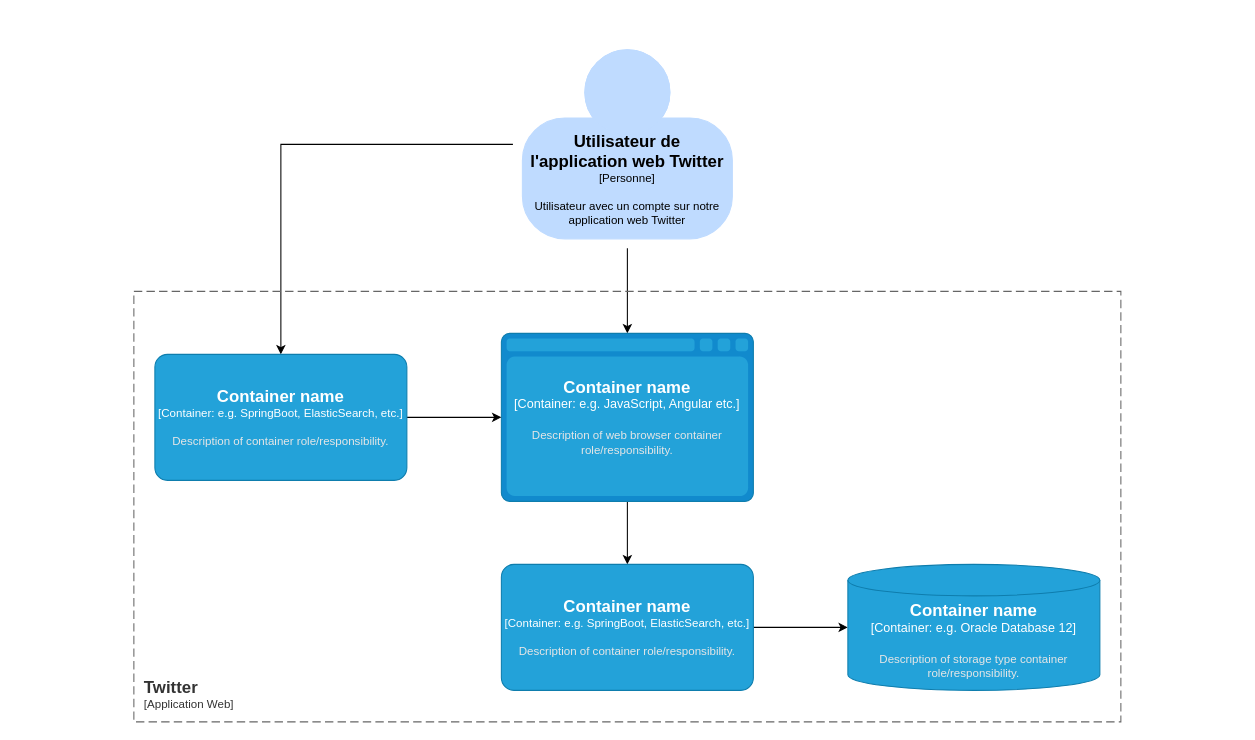
Before: page "Container" (2 of 4) of Project_API_Twitter.drawio in Muking3/Project_API_Twitter, a draw.io diagram. Source tidied: cells renumbered, new cells numbered last; positions are measured from the earlier drawing's top-left corner, leaving out a move shared by most shapes. Both pictures are drawn from the tidied source at 105%, with x=0, y=0 at pixel (133, 49).
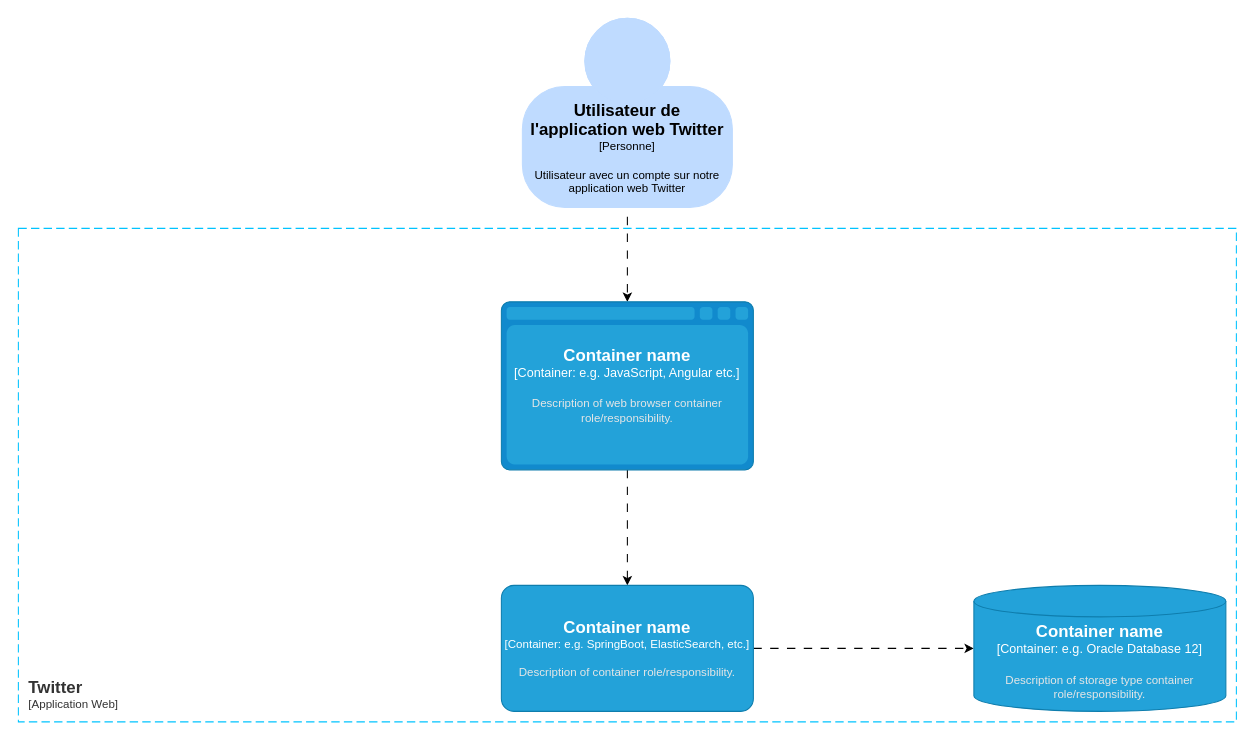
The same diagram, later.

Diff of the diagram source:
```diff
@@
 <mxGraphModel>
   <root>
     <mxCell id="0" />
     <mxCell id="1" parent="0" />
-    <mxCell id="2" style="edgeStyle=orthogonalEdgeStyle;rounded=0;jettySize=auto;html=1;" parent="1" edge="1" source="4" target="9">
-      <mxGeometry relative="1" as="geometry" />
-    </mxCell>
-    <mxCell id="3" style="edgeStyle=orthogonalEdgeStyle;rounded=0;jettySize=auto;html=1;" parent="1" edge="1" source="4" target="7">
+    <mxCell id="3" style="edgeStyle=orthogonalEdgeStyle;rounded=0;jettySize=auto;html=1;dashed=1;dashPattern=8 8;" parent="1" edge="1" source="4" target="7">
       <mxGeometry relative="1" as="geometry" />
     </mxCell>
     <object id="4" label="&lt;font style=&quot;font-size: 16px&quot;&gt;&lt;b&gt;%c4Name%&lt;/b&gt;&lt;/font&gt;&lt;div&gt;[%c4Type%]&lt;/div&gt;&lt;br&gt;&lt;div&gt;&lt;font style=&quot;font-size: 11px&quot;&gt;&lt;font&gt;%c4Description%&lt;/font&gt;&lt;/font&gt;&lt;/div&gt;" c4Description="Utilisateur avec un compte sur notre application web Twitter" c4Name="Utilisateur de l'application web Twitter" c4Type="Personne" placeholders="1">
       <mxCell style="html=1;fontSize=11;dashed=0;whiteSpace=wrap;shape=mxgraph.c4.person2;align=center;points=[[0.5,0,0],[1,0.5,0],[1,0.75,0],[0.75,1,0],[0.5,1,0],[0.25,1,0],[0,0.75,0],[0,0.5,0]];strokeColor=#BFDBFF;fillColor=#BFDBFF;fontColor=#000000;perimeterSpacing=9;" parent="1" vertex="1">
-        <mxGeometry x="370" width="200" height="180" as="geometry" />
+        <mxGeometry x="370" y="-30" width="200" height="180" as="geometry" />
       </mxCell>
     </object>
     <object id="5" label="&lt;font style=&quot;font-size: 16px&quot;&gt;&lt;b&gt;&lt;div style=&quot;text-align: left&quot;&gt;%c4Name%&lt;/div&gt;&lt;/b&gt;&lt;/font&gt;&lt;div style=&quot;text-align: left&quot;&gt;[%c4Application%]&lt;/div&gt;" c4Application="Application Web" c4Name="Twitter" placeholders="1">
-      <mxCell style="rounded=0;fontSize=11;whiteSpace=wrap;html=1;dashed=1;arcSize=20;fillColor=none;strokeColor=#666666;fontColor=#333333;labelBackgroundColor=none;align=left;verticalAlign=bottom;labelBorderColor=none;spacingTop=0;spacing=10;dashPattern=8 4;perimeter=rectanglePerimeter;noLabel=0;labelPadding=0;absoluteArcSize=1;" parent="1" vertex="1">
-        <mxGeometry y="230" width="940" height="410" as="geometry" />
+      <mxCell style="rounded=0;fontSize=11;whiteSpace=wrap;html=1;dashed=1;arcSize=20;fillColor=none;strokeColor=#00C3FF;fontColor=#333333;labelBackgroundColor=none;align=left;verticalAlign=bottom;labelBorderColor=none;spacingTop=0;spacing=10;dashPattern=8 4;perimeter=rectanglePerimeter;noLabel=0;labelPadding=0;absoluteArcSize=1;" parent="1" vertex="1">
+        <mxGeometry x="-110" y="170" width="1160" height="470" as="geometry" />
       </mxCell>
     </object>
-    <mxCell id="6" style="edgeStyle=orthogonalEdgeStyle;rounded=0;jettySize=auto;html=1;" parent="1" edge="1" source="7" target="11">
+    <mxCell id="6" style="edgeStyle=orthogonalEdgeStyle;rounded=0;jettySize=auto;html=1;dashed=1;dashPattern=8 8;" parent="1" edge="1" source="7" target="11">
       <mxGeometry relative="1" as="geometry" />
     </mxCell>
     <object id="7" label="&lt;font style=&quot;font-size: 16px&quot;&gt;&lt;b&gt;%c4Type%&lt;/b&gt;&lt;/font&gt;&lt;div&gt;[%c4Container%:&amp;nbsp;%c4Technology%]&lt;/div&gt;&lt;br&gt;&lt;div&gt;&lt;font style=&quot;font-size: 11px&quot;&gt;&lt;font color=&quot;#E6E6E6&quot;&gt;%c4Description%&lt;/font&gt;&lt;/div&gt;" c4Container="Container" c4Description="Description of web browser container role/responsibility." c4Technology="e.g. JavaScript, Angular etc." c4Type="Container name" placeholders="1">
       <mxCell style="shape=mxgraph.c4.webBrowserContainer2;whiteSpace=wrap;html=1;boundedLbl=1;rounded=0;labelBackgroundColor=none;strokeColor=#118ACD;fillColor=#23A2D9;strokeColor=#118ACD;strokeColor2=#0E7DAD;fontSize=12;fontColor=#ffffff;align=center;points=[[0.5,0,0],[1,0.25,0],[1,0.5,0],[1,0.75,0],[0.5,1,0],[0,0.75,0],[0,0.5,0],[0,0.25,0]];" parent="1" vertex="1">
-        <mxGeometry x="350" y="270" width="240" height="160" as="geometry" />
+        <mxGeometry x="350" y="240" width="240" height="160" as="geometry" />
       </mxCell>
     </object>
-    <mxCell id="8" style="edgeStyle=orthogonalEdgeStyle;rounded=0;jettySize=auto;html=1;" parent="1" edge="1" source="9" target="7">
-      <mxGeometry relative="1" as="geometry" />
-    </mxCell>
-    <object id="9" label="&lt;font style=&quot;font-size: 16px&quot;&gt;&lt;b&gt;%c4Name%&lt;/b&gt;&lt;/font&gt;&lt;div&gt;[%c4Type%: %c4Technology%]&lt;/div&gt;&lt;br&gt;&lt;div&gt;&lt;font style=&quot;font-size: 11px&quot;&gt;&lt;font color=&quot;#E6E6E6&quot;&gt;%c4Description%&lt;/font&gt;&lt;/div&gt;" c4Description="Description of container role/responsibility." c4Name="Container name" c4Technology="e.g. SpringBoot, ElasticSearch, etc." c4Type="Container" placeholders="1">
-      <mxCell style="rounded=1;whiteSpace=wrap;html=1;fontSize=11;labelBackgroundColor=none;fillColor=#23A2D9;fontColor=#ffffff;align=center;arcSize=10;strokeColor=#0E7DAD;points=[[0.25,0,0],[0.5,0,0],[0.75,0,0],[1,0.25,0],[1,0.5,0],[1,0.75,0],[0.75,1,0],[0.5,1,0],[0.25,1,0],[0,0.75,0],[0,0.5,0],[0,0.25,0]];" parent="1" vertex="1">
-        <mxGeometry x="20" y="290" width="240" height="120" as="geometry" />
-      </mxCell>
-    </object>
-    <mxCell id="10" style="edgeStyle=orthogonalEdgeStyle;rounded=0;jettySize=auto;html=1;" parent="1" edge="1" source="11" target="12">
+    <mxCell id="10" style="edgeStyle=orthogonalEdgeStyle;rounded=0;jettySize=auto;html=1;dashed=1;dashPattern=8 8;" parent="1" edge="1" source="11" target="12">
       <mxGeometry relative="1" as="geometry" />
     </mxCell>
     <object id="11" label="&lt;font style=&quot;font-size: 16px&quot;&gt;&lt;b&gt;%c4Name%&lt;/b&gt;&lt;/font&gt;&lt;div&gt;[%c4Type%: %c4Technology%]&lt;/div&gt;&lt;br&gt;&lt;div&gt;&lt;font style=&quot;font-size: 11px&quot;&gt;&lt;font color=&quot;#E6E6E6&quot;&gt;%c4Description%&lt;/font&gt;&lt;/div&gt;" c4Description="Description of container role/responsibility." c4Name="Container name" c4Technology="e.g. SpringBoot, ElasticSearch, etc." c4Type="Container" placeholders="1">
       <mxCell style="rounded=1;whiteSpace=wrap;html=1;fontSize=11;labelBackgroundColor=none;fillColor=#23A2D9;fontColor=#ffffff;align=center;arcSize=10;strokeColor=#0E7DAD;points=[[0.25,0,0],[0.5,0,0],[0.75,0,0],[1,0.25,0],[1,0.5,0],[1,0.75,0],[0.75,1,0],[0.5,1,0],[0.25,1,0],[0,0.75,0],[0,0.5,0],[0,0.25,0]];" parent="1" vertex="1">
-        <mxGeometry x="350" y="490" width="240" height="120" as="geometry" />
+        <mxGeometry x="350" y="510" width="240" height="120" as="geometry" />
       </mxCell>
     </object>
     <object id="12" label="&lt;font style=&quot;font-size: 16px&quot;&gt;&lt;b&gt;%c4Type%&lt;/b&gt;&lt;/font&gt;&lt;div&gt;[%c4Container%:&amp;nbsp;%c4Technology%]&lt;/div&gt;&lt;br&gt;&lt;div&gt;&lt;font style=&quot;font-size: 11px&quot;&gt;&lt;font color=&quot;#E6E6E6&quot;&gt;%c4Description%&lt;/font&gt;&lt;/div&gt;" c4Container="Container" c4Description="Description of storage type container role/responsibility." c4Technology="e.g. Oracle Database 12" c4Type="Container name" placeholders="1">
       <mxCell style="shape=cylinder3;size=15;whiteSpace=wrap;html=1;boundedLbl=1;rounded=0;labelBackgroundColor=none;fillColor=#23A2D9;fontSize=12;fontColor=#ffffff;align=center;strokeColor=#0E7DAD;points=[[0.5,0,0],[1,0.25,0],[1,0.5,0],[1,0.75,0],[0.5,1,0],[0,0.75,0],[0,0.5,0],[0,0.25,0]];" parent="1" vertex="1">
-        <mxGeometry x="680" y="490" width="240" height="120" as="geometry" />
+        <mxGeometry x="800" y="510" width="240" height="120" as="geometry" />
       </mxCell>
     </object>
   </root>
 </mxGraphModel>
```
